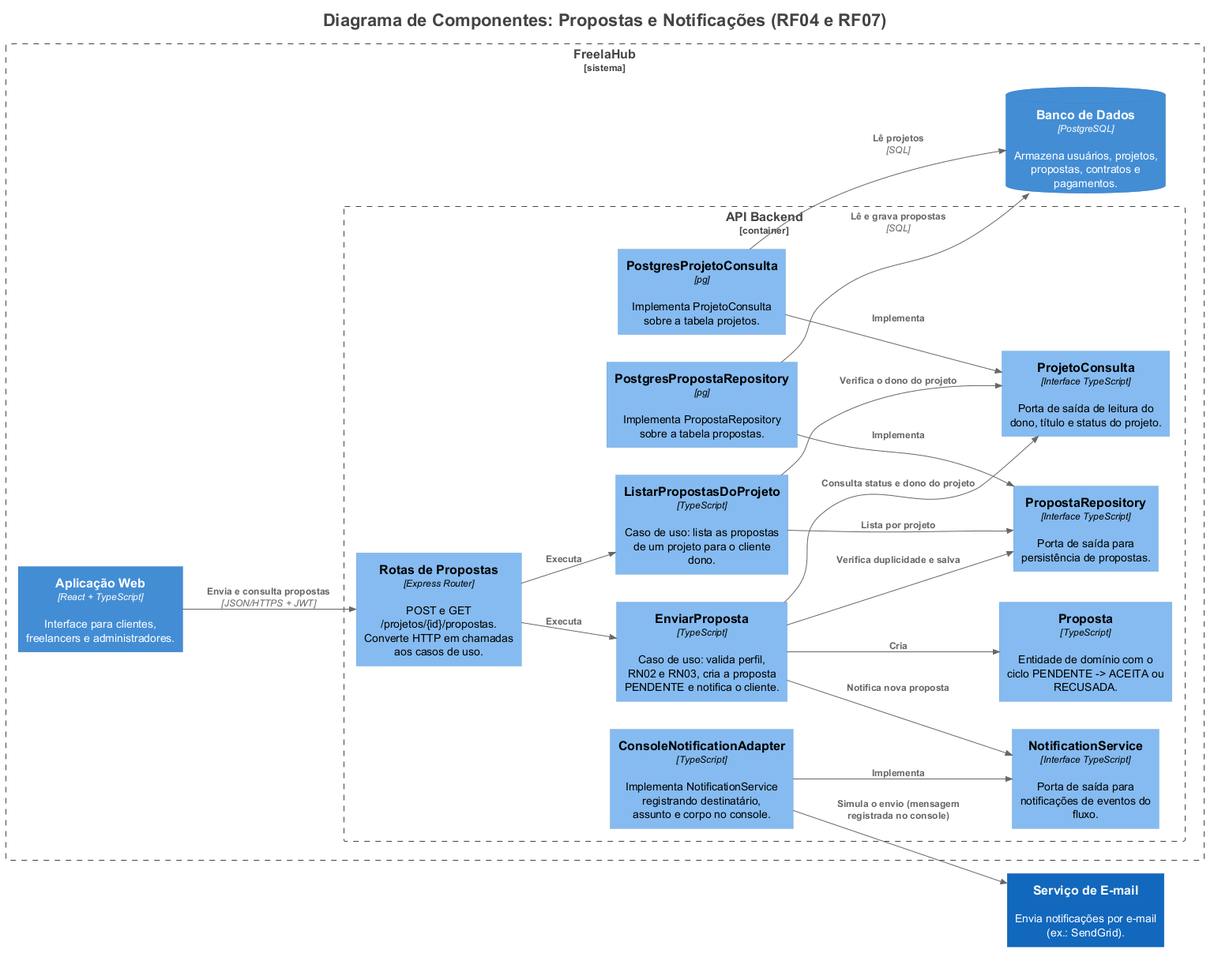
Earlier version of the PlantUML export docs/c4/componentes-propostas.png (VictorVeras7/FreelaHub).
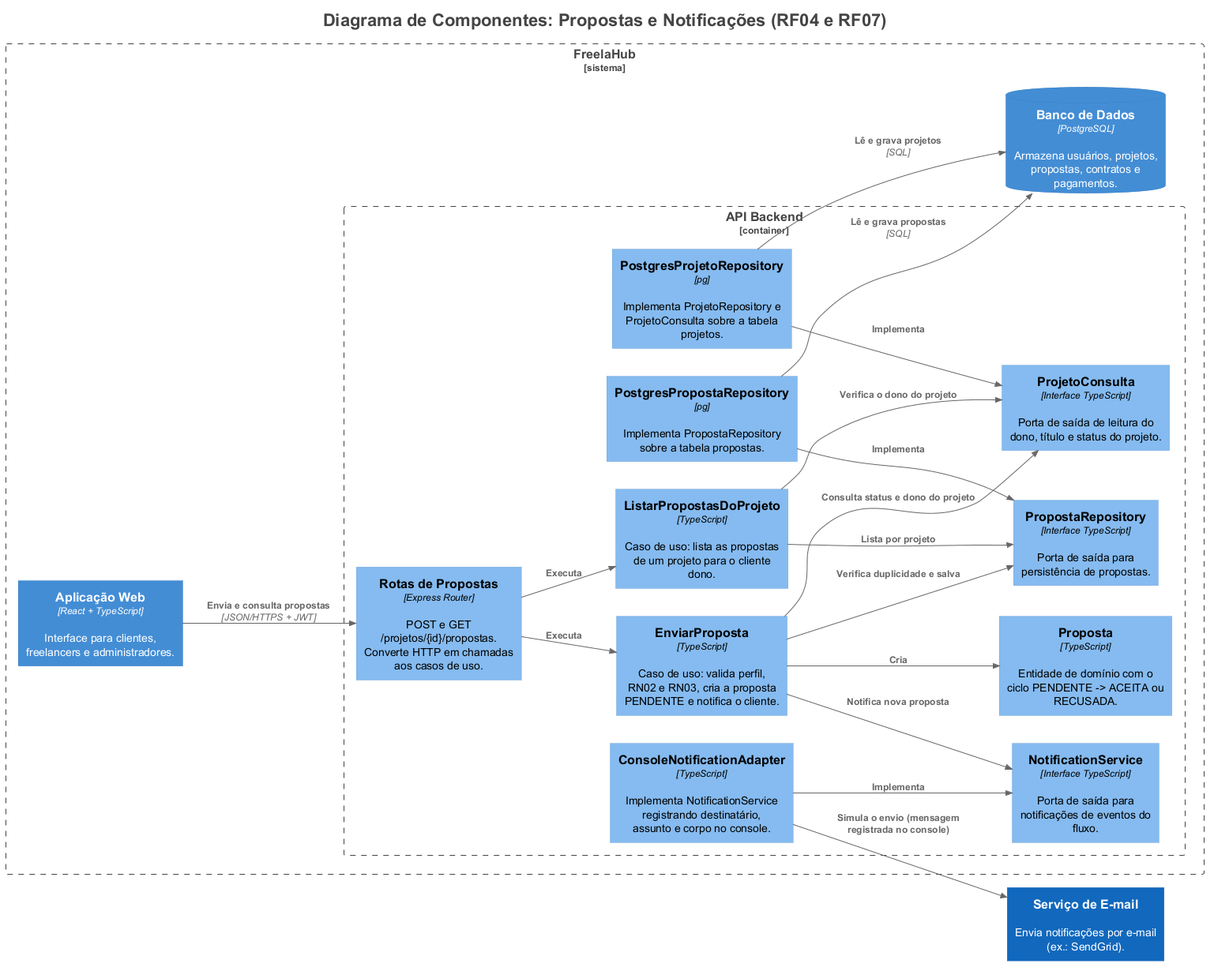
After the commit.

Commit message:
Corrige prazo vazio, testes de integração e diagrama de propostas

What changed in the source:
```diff
@@ -28,14 +28,16 @@
     Component(FreelaHub.APIBackend.ProjetoConsulta, "ProjetoConsulta", $techn="Interface TypeScript", $descr="Porta de saída de leitura do dono, título e status do projeto.", $tags="", $link="")
     Component(FreelaHub.APIBackend.NotificationService, "NotificationService", $techn="Interface TypeScript", $descr="Porta de saída para notificações de eventos do fluxo.", $tags="", $link="")
     Component(FreelaHub.APIBackend.PostgresPropostaRepository, "PostgresPropostaRepository", $techn="pg", $descr="Implementa PropostaRepository sobre a tabela propostas.", $tags="", $link="")
-    Component(FreelaHub.APIBackend.PostgresProjetoConsulta, "PostgresProjetoConsulta", $techn="pg", $descr="Implementa ProjetoConsulta sobre a tabela projetos.", $tags="", $link="")
     Component(FreelaHub.APIBackend.ConsoleNotificationAdapter, "ConsoleNotificationAdapter", $techn="TypeScript", $descr="Implementa NotificationService registrando destinatário, assunto e corpo no console.", $tags="", $link="")
+    Component(FreelaHub.APIBackend.PostgresProjetoRepository, "PostgresProjetoRepository", $techn="pg", $descr="Implementa ProjetoRepository e ProjetoConsulta sobre a tabela projetos.", $tags="", $link="")
   }
 
   ContainerDb(FreelaHub.BancodeDados, "Banco de Dados", $techn="PostgreSQL", $descr="Armazena usuários, projetos, propostas, contratos e pagamentos.", $tags="", $link="")
   Container(FreelaHub.AplicaçãoWeb, "Aplicação Web", $techn="React + TypeScript", $descr="Interface para clientes, freelancers e administradores.", $tags="", $link="")
 }
 
+Rel(FreelaHub.APIBackend.PostgresProjetoRepository, FreelaHub.APIBackend.ProjetoConsulta, "Implementa", $techn="", $tags="", $link="")
+Rel(FreelaHub.APIBackend.PostgresProjetoRepository, FreelaHub.BancodeDados, "Lê e grava projetos", $techn="SQL", $tags="", $link="")
 Rel(FreelaHub.AplicaçãoWeb, FreelaHub.APIBackend.RotasdePropostas, "Envia e consulta propostas", $techn="JSON/HTTPS + JWT", $tags="", $link="")
 Rel(FreelaHub.APIBackend.RotasdePropostas, FreelaHub.APIBackend.EnviarProposta, "Executa", $techn="", $tags="", $link="")
 Rel(FreelaHub.APIBackend.RotasdePropostas, FreelaHub.APIBackend.ListarPropostasDoProjeto, "Executa", $techn="", $tags="", $link="")
@@ -46,10 +48,8 @@
 Rel(FreelaHub.APIBackend.ListarPropostasDoProjeto, FreelaHub.APIBackend.ProjetoConsulta, "Verifica o dono do projeto", $techn="", $tags="", $link="")
 Rel(FreelaHub.APIBackend.ListarPropostasDoProjeto, FreelaHub.APIBackend.PropostaRepository, "Lista por projeto", $techn="", $tags="", $link="")
 Rel(FreelaHub.APIBackend.PostgresPropostaRepository, FreelaHub.APIBackend.PropostaRepository, "Implementa", $techn="", $tags="", $link="")
-Rel(FreelaHub.APIBackend.PostgresProjetoConsulta, FreelaHub.APIBackend.ProjetoConsulta, "Implementa", $techn="", $tags="", $link="")
 Rel(FreelaHub.APIBackend.ConsoleNotificationAdapter, FreelaHub.APIBackend.NotificationService, "Implementa", $techn="", $tags="", $link="")
 Rel(FreelaHub.APIBackend.PostgresPropostaRepository, FreelaHub.BancodeDados, "Lê e grava propostas", $techn="SQL", $tags="", $link="")
-Rel(FreelaHub.APIBackend.PostgresProjetoConsulta, FreelaHub.BancodeDados, "Lê projetos", $techn="SQL", $tags="", $link="")
 Rel(FreelaHub.APIBackend.ConsoleNotificationAdapter, ServiçodeEmail, "Simula o envio (mensagem registrada no console)", $techn="", $tags="", $link="")
 
 hide stereotypes
```
